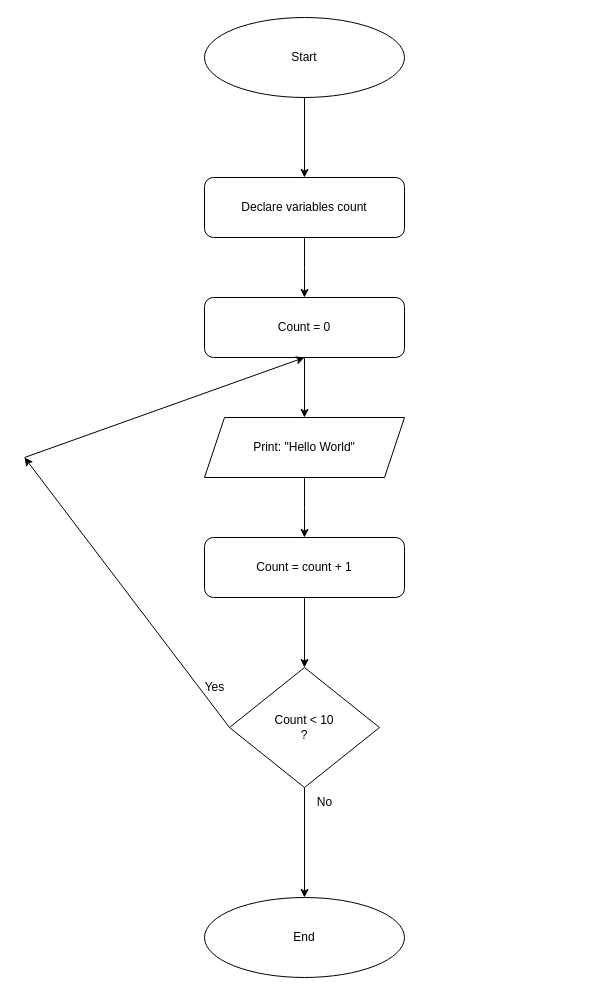
Above: page "Page-4" (4 of 10) of Untitled Diagram.drawio in Faigism/Assignment_code (draw.io), before the change. Source tidied: cells renumbered, new cells numbered last; positions are measured from the earlier drawing's top-left corner, leaving out a move shared by most shapes. Both pictures are drawn from the tidied source at 100%, with x=0, y=0 at pixel (24, 17).
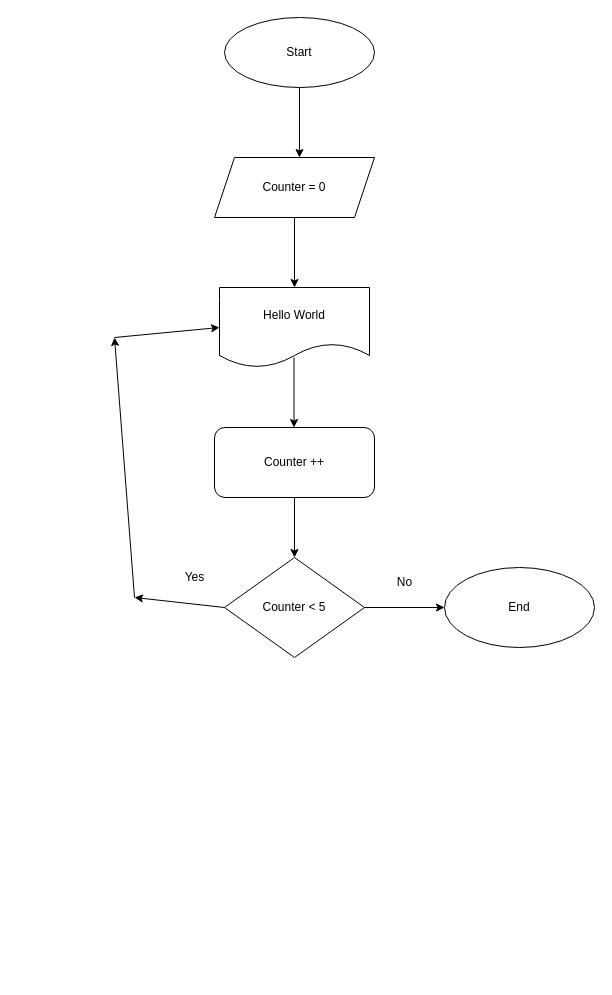
Above is the later version.

Change to the diagram source:
```diff
@@
-    <mxCell id="2" style="edgeStyle=orthogonalEdgeStyle;rounded=0;jettySize=auto;html=1;exitX=0.5;exitY=1;exitDx=0;exitDy=0;" parent="1" edge="1" source="3" target="5">
-      <mxGeometry relative="1" as="geometry" />
-    </mxCell>
     <mxCell id="3" value="Start" style="ellipse;whiteSpace=wrap;html=1;" parent="1" vertex="1">
-      <mxGeometry x="180" width="200" height="80" as="geometry" />
+      <mxGeometry x="200" width="150" height="70" as="geometry" />
     </mxCell>
-    <mxCell id="4" style="edgeStyle=orthogonalEdgeStyle;rounded=0;jettySize=auto;html=1;exitX=0.5;exitY=1;exitDx=0;exitDy=0;" parent="1" edge="1" source="5">
-      <mxGeometry relative="1" as="geometry">
-        <mxPoint x="280" y="280" as="targetPoint" />
-      </mxGeometry>
-    </mxCell>
-    <mxCell id="5" value="Declare variables count" style="rounded=1;whiteSpace=wrap;html=1;" parent="1" vertex="1">
-      <mxGeometry x="180" y="160" width="200" height="60" as="geometry" />
-    </mxCell>
-    <mxCell id="6" style="edgeStyle=orthogonalEdgeStyle;rounded=0;jettySize=auto;html=1;exitX=0.5;exitY=1;exitDx=0;exitDy=0;" parent="1" edge="1" source="7">
-      <mxGeometry relative="1" as="geometry">
-        <mxPoint x="280" y="520" as="targetPoint" />
-      </mxGeometry>
-    </mxCell>
-    <mxCell id="7" value="Print: &quot;Hello World&quot;" style="shape=parallelogram;perimeter=parallelogramPerimeter;whiteSpace=wrap;html=1;fixedSize=1;" parent="1" vertex="1">
-      <mxGeometry x="180" y="400" width="200" height="60" as="geometry" />
-    </mxCell>
-    <mxCell id="8" style="edgeStyle=orthogonalEdgeStyle;rounded=0;jettySize=auto;html=1;exitX=0.5;exitY=1;exitDx=0;exitDy=0;entryX=0.5;entryY=0;entryDx=0;entryDy=0;" parent="1" edge="1" source="9" target="7">
-      <mxGeometry relative="1" as="geometry" />
-    </mxCell>
-    <mxCell id="9" value="Count = 0" style="rounded=1;whiteSpace=wrap;html=1;" parent="1" vertex="1">
-      <mxGeometry x="180" y="280" width="200" height="60" as="geometry" />
-    </mxCell>
-    <mxCell id="10" style="edgeStyle=orthogonalEdgeStyle;rounded=0;jettySize=auto;html=1;exitX=0.5;exitY=1;exitDx=0;exitDy=0;" parent="1" edge="1" source="11" target="12">
-      <mxGeometry relative="1" as="geometry" />
-    </mxCell>
-    <mxCell id="11" value="Count = count + 1" style="rounded=1;whiteSpace=wrap;html=1;" parent="1" vertex="1">
-      <mxGeometry x="180" y="520" width="200" height="60" as="geometry" />
-    </mxCell>
-    <mxCell id="12" value="Count &amp;lt; 10&lt;br&gt;?" style="rhombus;whiteSpace=wrap;html=1;" parent="1" vertex="1">
-      <mxGeometry x="205" y="650" width="150" height="120" as="geometry" />
-    </mxCell>
-    <mxCell id="13" style="endArrow=classic;html=1;rounded=0;exitX=0.5;exitY=1;exitDx=0;exitDy=0;" parent="1" edge="1" source="12">
-      <mxGeometry relative="1" as="geometry">
-        <mxPoint x="280" y="880" as="targetPoint" />
-      </mxGeometry>
-    </mxCell>
+    <mxCell id="15" value="End" style="ellipse;whiteSpace=wrap;html=1;" parent="1" vertex="1">
+      <mxGeometry x="420" y="550" width="150" height="80" as="geometry" />
+    </mxCell>
+    <mxCell id="19" style="endArrow=classic;html=1;rounded=0;exitX=0.5;exitY=1;exitDx=0;exitDy=0;" parent="1" edge="1" source="3">
+      <mxGeometry relative="1" as="geometry">
+        <mxPoint x="275" y="140" as="targetPoint" />
+      </mxGeometry>
+    </mxCell>
+    <mxCell id="20" style="endArrow=classic;html=1;rounded=0;entryX=0.5;entryY=0;entryDx=0;entryDy=0;exitX=0.5;exitY=1;exitDx=0;exitDy=0;" parent="1" edge="1" source="22" target="23">
+      <mxGeometry relative="1" as="geometry" />
+    </mxCell>
+    <mxCell id="21" style="endArrow=classic;html=1;rounded=0;entryX=0.5;entryY=0;entryDx=0;entryDy=0;" parent="1" edge="1">
+      <mxGeometry relative="1" as="geometry">
+        <mxPoint x="269.5" y="340" as="sourcePoint" />
+        <mxPoint x="269.5" y="410" as="targetPoint" />
+      </mxGeometry>
+    </mxCell>
+    <mxCell id="22" value="Counter = 0" style="shape=parallelogram;perimeter=parallelogramPerimeter;whiteSpace=wrap;html=1;fixedSize=1;" parent="1" vertex="1">
+      <mxGeometry x="190" y="140" width="160" height="60" as="geometry" />
+    </mxCell>
+    <mxCell id="23" value="Hello World" style="shape=document;whiteSpace=wrap;html=1;boundedLbl=1;" parent="1" vertex="1">
+      <mxGeometry x="195" y="270" width="150" height="80" as="geometry" />
+    </mxCell>
+    <mxCell id="24" value="Counter ++" style="rounded=1;whiteSpace=wrap;html=1;" parent="1" vertex="1">
+      <mxGeometry x="190" y="410" width="160" height="70" as="geometry" />
+    </mxCell>
+    <mxCell id="25" value="Counter &amp;lt; 5" style="rhombus;whiteSpace=wrap;html=1;" parent="1" vertex="1">
+      <mxGeometry x="200" y="540" width="140" height="100" as="geometry" />
+    </mxCell>
+    <mxCell id="26" style="endArrow=classic;html=1;rounded=0;entryX=0.5;entryY=0;entryDx=0;entryDy=0;" parent="1" edge="1" target="25">
+      <mxGeometry relative="1" as="geometry">
+        <mxPoint x="270" y="480" as="sourcePoint" />
+      </mxGeometry>
+    </mxCell>
+    <mxCell id="27" style="endArrow=classic;html=1;rounded=0;exitX=0;exitY=0.5;exitDx=0;exitDy=0;" parent="1" edge="1" source="25">
+      <mxGeometry relative="1" as="geometry">
+        <mxPoint x="110" y="580" as="targetPoint" />
+      </mxGeometry>
+    </mxCell>
+    <mxCell id="18" value="Yes" style="text;html=1;align=center;verticalAlign=middle;strokeColor=none;fillColor=none;" parent="1" vertex="1">
+      <mxGeometry x="150" y="545" width="40" height="30" as="geometry" />
+    </mxCell>
+    <mxCell id="28" style="endArrow=classic;html=1;rounded=0;" parent="1" edge="1">
+      <mxGeometry relative="1" as="geometry">
+        <mxPoint x="110" y="580" as="sourcePoint" />
+        <mxPoint x="90" y="320" as="targetPoint" />
+      </mxGeometry>
+    </mxCell>
+    <mxCell id="29" style="endArrow=classic;html=1;rounded=0;entryX=0;entryY=0.5;entryDx=0;entryDy=0;" parent="1" edge="1" target="23">
+      <mxGeometry relative="1" as="geometry">
+        <mxPoint x="90" y="320" as="sourcePoint" />
+      </mxGeometry>
+    </mxCell>
+    <mxCell id="30" style="endArrow=classic;html=1;rounded=0;entryX=0;entryY=0.5;entryDx=0;entryDy=0;exitX=1;exitY=0.5;exitDx=0;exitDy=0;" parent="1" edge="1" source="25" target="15">
+      <mxGeometry relative="1" as="geometry" />
+    </mxCell>
     <mxCell id="14" value="No" style="text;html=1;align=center;verticalAlign=middle;strokeColor=none;fillColor=none;" parent="1" vertex="1">
-      <mxGeometry x="280" y="770" width="40" height="30" as="geometry" />
+      <mxGeometry x="360" y="550" width="40" height="30" as="geometry" />
     </mxCell>
-    <mxCell id="15" value="End" style="ellipse;whiteSpace=wrap;html=1;" parent="1" vertex="1">
-      <mxGeometry x="180" y="880" width="200" height="80" as="geometry" />
-    </mxCell>
-    <mxCell id="16" style="endArrow=classic;html=1;rounded=0;exitX=0;exitY=0.5;exitDx=0;exitDy=0;" parent="1" edge="1" source="12">
-      <mxGeometry relative="1" as="geometry">
-        <mxPoint y="440" as="targetPoint" />
-      </mxGeometry>
-    </mxCell>
-    <mxCell id="17" style="endArrow=classic;html=1;rounded=0;entryX=0.5;entryY=1;entryDx=0;entryDy=0;" parent="1" edge="1" target="9">
-      <mxGeometry relative="1" as="geometry">
-        <mxPoint y="440" as="sourcePoint" />
-      </mxGeometry>
-    </mxCell>
-    <mxCell id="18" value="Yes" style="text;html=1;align=center;verticalAlign=middle;strokeColor=none;fillColor=none;" parent="1" vertex="1">
-      <mxGeometry x="170" y="655" width="40" height="30" as="geometry" />
-    </mxCell>
```
